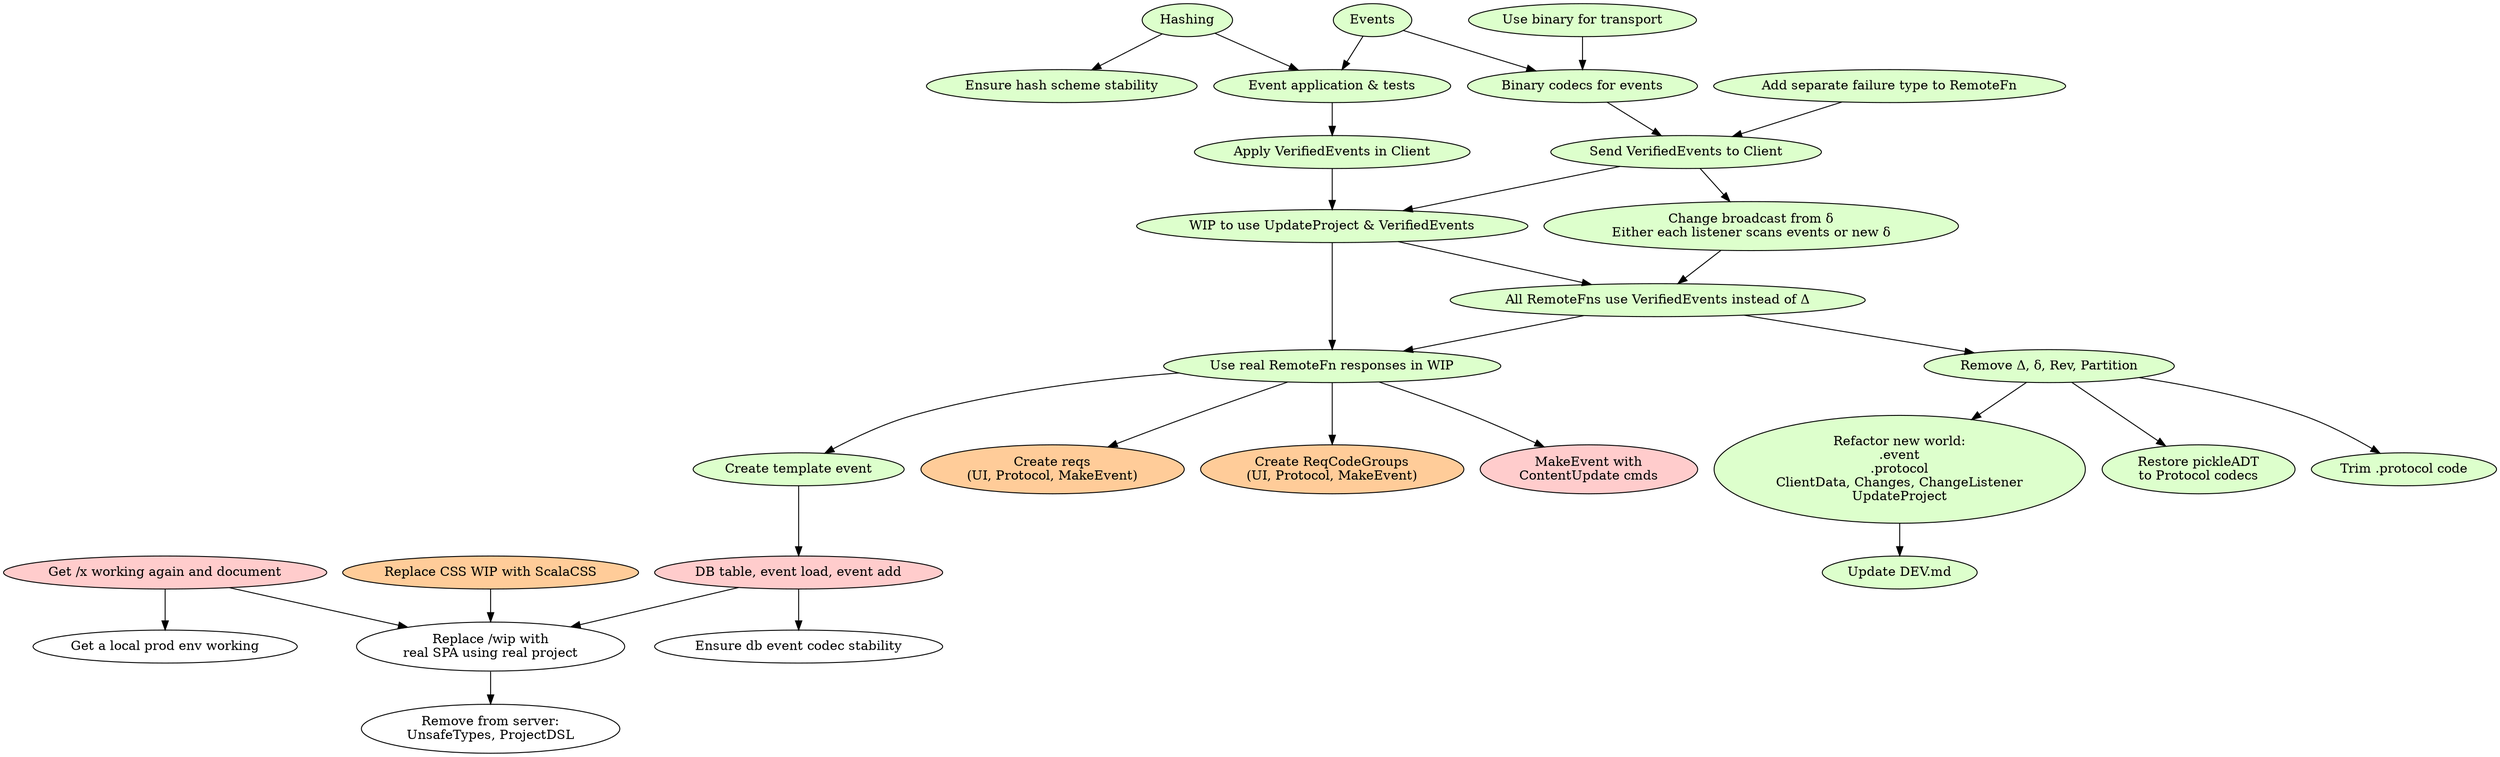
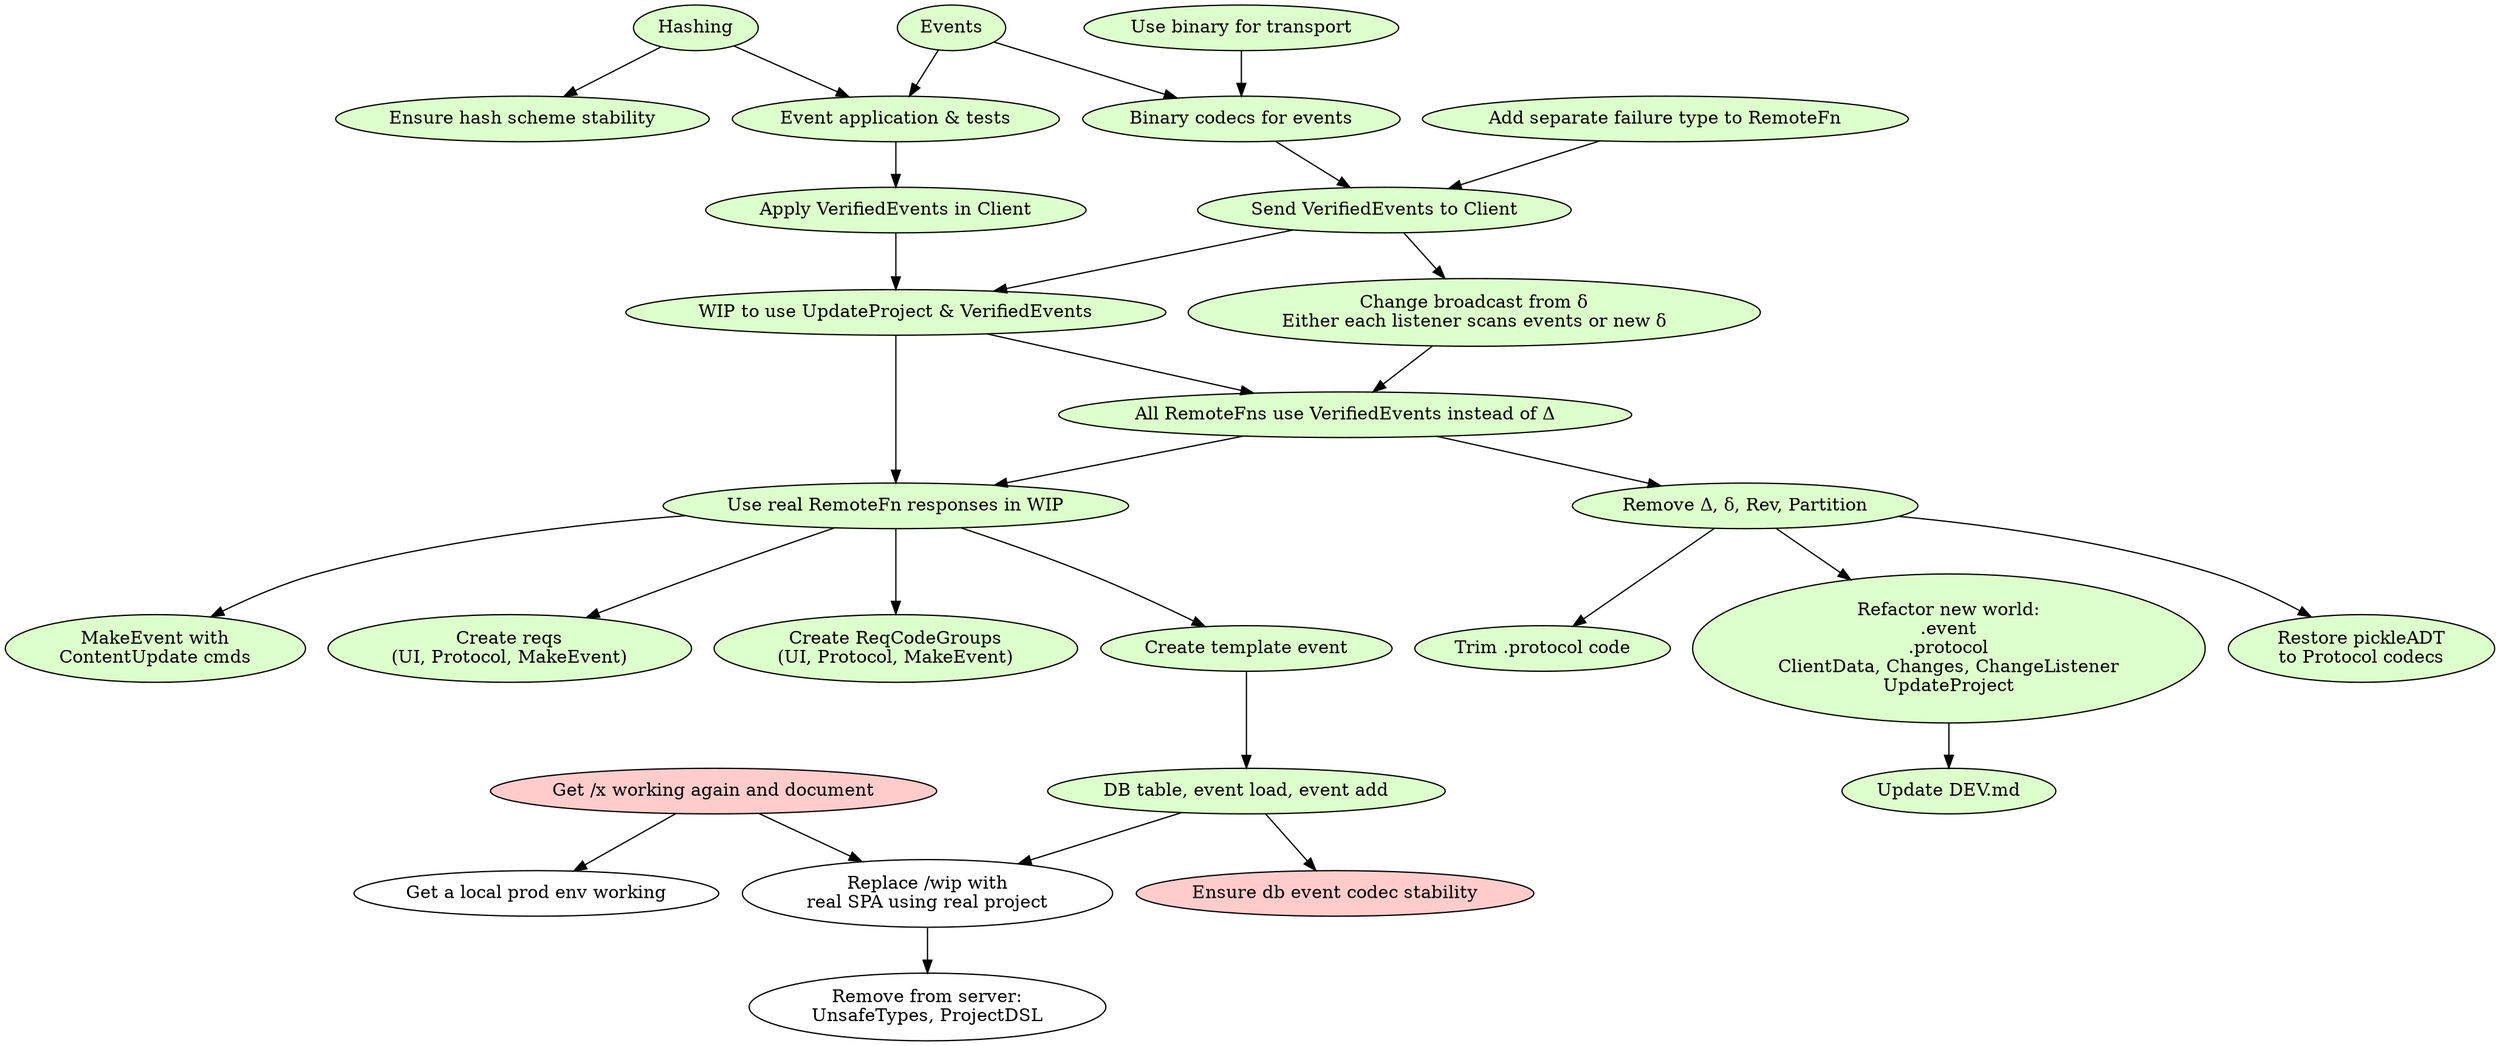
digraph G {

// BLOCKED
removeS [label="Remove from server:\nUnsafeTypes, ProjectDSL"]
realspa [label="Replace /wip with\nreal SPA using real project"]
- testDbCodec [label="Ensure db event codec stability"]
localProd [label="Get a local prod env working"]

// NEXT (client)
node [style=filled fillcolor="#ffcc99"]
- newReq [label="Create reqs\n(UI, Protocol, MakeEvent)"]
- newRCG [label="Create ReqCodeGroups\n(UI, Protocol, MakeEvent)"]
- cfgcss [label="Replace CSS WIP with ScalaCSS"]
+ // cfgcss [label="Replace CSS WIP with ScalaCSS"]

// NEXT (server)
node [style=filled fillcolor="#ffcccc"]
- realCU [label="MakeEvent with\nContentUpdate cmds"]
+ testDbCodec [label="Ensure db event codec stability"]
devx [label="Get /x working again and document"]
- db [label="DB table, event load, event add"]

// COMPLETE
node [style=filled fillcolor="#ddffcc"]
+ realCU [label="MakeEvent with\nContentUpdate cmds"]
+ db [label="DB table, event load, event add"]
+ newReq [label="Create reqs\n(UI, Protocol, MakeEvent)"]
+ newRCG [label="Create ReqCodeGroups\n(UI, Protocol, MakeEvent)"]
template [label="Create template event"]
tesths [label="Ensure hash scheme stability"]
devmd [label="Update DEV.md"]
nowip [label="Use real RemoteFn responses in WIP"]
hash [label="Hashing"]
tp [label="Trim .protocol code"]
nwo [label="Refactor new world:\n.event\n.protocol\nClientData, Changes, ChangeListener\nUpdateProject"]
remove [label="Remove Δ, δ, Rev, Partition"]
allve [label="All RemoteFns use VerifiedEvents instead of Δ"]
bc [label="Change broadcast from δ\nEither each listener scans events or new δ"]
wip2 [label="WIP to use UpdateProject & VerifiedEvents"]
svetcl [label="Send VerifiedEvents to Client"]
aveic [label="Apply VerifiedEvents in Client"]
bin [label="Use binary for transport"]
asfttr [label="Add separate failure type to RemoteFn"]
rpadt [label="Restore pickleADT\nto Protocol codecs"]
event [label="Events"]
eventap [label="Event application & tests"]
eventbin [label="Binary codecs for events"]

event -> eventap,eventbin
bin -> eventbin
eventbin -> svetcl
eventap -> aveic

asfttr -> svetcl
aveic -> wip2

nowip  -> template
svetcl -> wip2 -> nowip
remove -> tp,rpadt
svetcl -> bc
allve -> remove,nowip
wip2,bc -> allve
realspa -> removeS
remove -> nwo -> devmd

template -> db -> testDbCodec
- devx,cfgcss,db -> realspa
+ devx,db -> realspa
hash -> tesths,eventap
devx -> localProd
nowip -> realCU,newReq,newRCG
}

